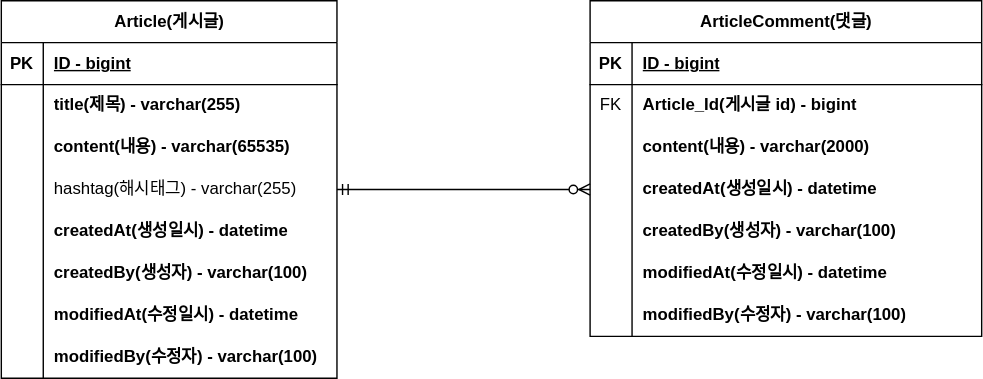
The draw.io diagram document/project-board-erd.svg in NeedIDcard/webpage_prac, before a commit. Source tidied: cells renumbered, new cells last; positions are measured from the earlier drawing's top-left corner, leaving out a move shared by most shapes. Source of this version:
```xml
<mxGraphModel>
  <root>
    <mxCell id="0" />
    <mxCell id="1" parent="0" />
    <mxCell id="2" value="Article(게시글)" style="shape=table;startSize=30;rowLines=0;fontStyle=1;align=center;html=1;labelBackgroundColor=none;" parent="1" vertex="1">
      <mxGeometry width="240" height="270" as="geometry" />
    </mxCell>
    <mxCell id="3" style="shape=tableRow;horizontal=0;startSize=0;swimlaneHead=0;swimlaneBody=0;fillColor=none;top=0;left=0;right=0;bottom=1;labelBackgroundColor=none;" parent="2" vertex="1">
      <mxGeometry y="30" width="240" height="30" as="geometry" />
    </mxCell>
    <mxCell id="4" value="PK" style="shape=partialRectangle;fillColor=none;top=0;left=0;bottom=0;right=0;fontStyle=1;overflow=hidden;whiteSpace=wrap;html=1;labelBackgroundColor=none;" parent="3" vertex="1">
      <mxGeometry width="30" height="30" as="geometry" />
    </mxCell>
    <mxCell id="5" value="ID - bigint" style="shape=partialRectangle;fillColor=none;top=0;left=0;bottom=0;right=0;align=left;spacingLeft=6;fontStyle=5;overflow=hidden;whiteSpace=wrap;html=1;labelBackgroundColor=none;" parent="3" vertex="1">
      <mxGeometry x="30" width="210" height="30" as="geometry" />
    </mxCell>
    <mxCell id="6" style="shape=tableRow;horizontal=0;startSize=0;swimlaneHead=0;swimlaneBody=0;fillColor=none;top=0;left=0;right=0;bottom=0;labelBackgroundColor=none;" parent="2" vertex="1">
      <mxGeometry y="60" width="240" height="30" as="geometry" />
    </mxCell>
    <mxCell id="7" style="shape=partialRectangle;fillColor=none;top=0;left=0;bottom=0;right=0;overflow=hidden;whiteSpace=wrap;html=1;labelBackgroundColor=none;" parent="6" vertex="1">
      <mxGeometry width="30" height="30" as="geometry" />
    </mxCell>
    <mxCell id="8" value="title(제목) - varchar(255)" style="shape=partialRectangle;fillColor=none;top=0;left=0;bottom=0;right=0;align=left;spacingLeft=6;overflow=hidden;whiteSpace=wrap;html=1;fontStyle=1;labelBackgroundColor=none;" parent="6" vertex="1">
      <mxGeometry x="30" width="210" height="30" as="geometry" />
    </mxCell>
    <mxCell id="9" style="shape=tableRow;horizontal=0;startSize=0;swimlaneHead=0;swimlaneBody=0;fillColor=none;top=0;left=0;right=0;bottom=0;labelBackgroundColor=none;" parent="2" vertex="1">
      <mxGeometry y="90" width="240" height="30" as="geometry" />
    </mxCell>
    <mxCell id="10" style="shape=partialRectangle;fillColor=none;top=0;left=0;bottom=0;right=0;overflow=hidden;whiteSpace=wrap;html=1;labelBackgroundColor=none;" parent="9" vertex="1">
      <mxGeometry width="30" height="30" as="geometry" />
    </mxCell>
    <mxCell id="11" value="content(내용) - varchar(65535)" style="shape=partialRectangle;fillColor=none;top=0;left=0;bottom=0;right=0;align=left;spacingLeft=6;overflow=hidden;whiteSpace=wrap;html=1;fontStyle=1;labelBackgroundColor=none;" parent="9" vertex="1">
      <mxGeometry x="30" width="210" height="30" as="geometry" />
    </mxCell>
    <mxCell id="12" style="shape=tableRow;horizontal=0;startSize=0;swimlaneHead=0;swimlaneBody=0;fillColor=none;points=[[0,0.5],[1,0.5]];portConstraint=eastwest;top=0;left=0;right=0;bottom=0;labelBackgroundColor=none;" parent="2" vertex="1">
      <mxGeometry y="120" width="240" height="30" as="geometry" />
    </mxCell>
    <mxCell id="13" style="shape=partialRectangle;fillColor=none;top=0;left=0;bottom=0;right=0;overflow=hidden;whiteSpace=wrap;html=1;labelBackgroundColor=none;" parent="12" vertex="1">
      <mxGeometry width="30" height="30" as="geometry" />
    </mxCell>
    <mxCell id="14" value="hashtag(해시태그) - varchar(255)" style="shape=partialRectangle;fillColor=none;top=0;left=0;bottom=0;right=0;align=left;spacingLeft=6;overflow=hidden;whiteSpace=wrap;html=1;labelBackgroundColor=none;" parent="12" vertex="1">
      <mxGeometry x="30" width="210" height="30" as="geometry" />
    </mxCell>
    <mxCell id="15" style="shape=tableRow;horizontal=0;startSize=0;swimlaneHead=0;swimlaneBody=0;fillColor=none;top=0;left=0;right=0;bottom=0;labelBackgroundColor=none;" parent="2" vertex="1">
      <mxGeometry y="150" width="240" height="30" as="geometry" />
    </mxCell>
    <mxCell id="16" style="shape=partialRectangle;fillColor=none;top=0;left=0;bottom=0;right=0;overflow=hidden;whiteSpace=wrap;html=1;labelBackgroundColor=none;" parent="15" vertex="1">
      <mxGeometry width="30" height="30" as="geometry" />
    </mxCell>
    <mxCell id="17" value="createdAt(생성일시) - datetime" style="shape=partialRectangle;fillColor=none;top=0;left=0;bottom=0;right=0;align=left;spacingLeft=6;overflow=hidden;whiteSpace=wrap;html=1;fontStyle=1;labelBackgroundColor=none;" parent="15" vertex="1">
      <mxGeometry x="30" width="210" height="30" as="geometry" />
    </mxCell>
    <mxCell id="18" style="shape=tableRow;horizontal=0;startSize=0;swimlaneHead=0;swimlaneBody=0;fillColor=none;top=0;left=0;right=0;bottom=0;labelBackgroundColor=none;" parent="2" vertex="1">
      <mxGeometry y="180" width="240" height="30" as="geometry" />
    </mxCell>
    <mxCell id="19" style="shape=partialRectangle;fillColor=none;top=0;left=0;bottom=0;right=0;overflow=hidden;whiteSpace=wrap;html=1;labelBackgroundColor=none;" parent="18" vertex="1">
      <mxGeometry width="30" height="30" as="geometry" />
    </mxCell>
    <mxCell id="20" value="createdBy(생성자) - varchar(100)" style="shape=partialRectangle;fillColor=none;top=0;left=0;bottom=0;right=0;align=left;spacingLeft=6;overflow=hidden;whiteSpace=wrap;html=1;fontStyle=1;labelBackgroundColor=none;" parent="18" vertex="1">
      <mxGeometry x="30" width="210" height="30" as="geometry" />
    </mxCell>
    <mxCell id="21" style="shape=tableRow;horizontal=0;startSize=0;swimlaneHead=0;swimlaneBody=0;fillColor=none;top=0;left=0;right=0;bottom=0;labelBackgroundColor=none;" parent="2" vertex="1">
      <mxGeometry y="210" width="240" height="30" as="geometry" />
    </mxCell>
    <mxCell id="22" style="shape=partialRectangle;fillColor=none;top=0;left=0;bottom=0;right=0;overflow=hidden;whiteSpace=wrap;html=1;labelBackgroundColor=none;" parent="21" vertex="1">
      <mxGeometry width="30" height="30" as="geometry" />
    </mxCell>
    <mxCell id="23" value="modifiedAt(수정일시) - datetime" style="shape=partialRectangle;fillColor=none;top=0;left=0;bottom=0;right=0;align=left;spacingLeft=6;overflow=hidden;whiteSpace=wrap;html=1;fontStyle=1;labelBackgroundColor=none;" parent="21" vertex="1">
      <mxGeometry x="30" width="210" height="30" as="geometry" />
    </mxCell>
    <mxCell id="24" style="shape=tableRow;horizontal=0;startSize=0;swimlaneHead=0;swimlaneBody=0;fillColor=none;top=0;left=0;right=0;bottom=0;labelBackgroundColor=none;" parent="2" vertex="1">
      <mxGeometry y="240" width="240" height="30" as="geometry" />
    </mxCell>
    <mxCell id="25" style="shape=partialRectangle;fillColor=none;top=0;left=0;bottom=0;right=0;overflow=hidden;whiteSpace=wrap;html=1;labelBackgroundColor=none;" parent="24" vertex="1">
      <mxGeometry width="30" height="30" as="geometry" />
    </mxCell>
    <mxCell id="26" value="modifiedBy(수정자) - varchar(100)" style="shape=partialRectangle;fillColor=none;top=0;left=0;bottom=0;right=0;align=left;spacingLeft=6;overflow=hidden;whiteSpace=wrap;html=1;fontStyle=1;labelBackgroundColor=none;" parent="24" vertex="1">
      <mxGeometry x="30" width="210" height="30" as="geometry" />
    </mxCell>
    <mxCell id="27" value="ArticleComment(댓글)" style="shape=table;startSize=30;rowLines=0;fontStyle=1;align=center;html=1;labelBackgroundColor=none;" parent="1" vertex="1">
      <mxGeometry x="421" width="280" height="240" as="geometry" />
    </mxCell>
    <mxCell id="28" style="shape=tableRow;horizontal=0;startSize=0;swimlaneHead=0;swimlaneBody=0;fillColor=none;top=0;left=0;right=0;bottom=1;labelBackgroundColor=none;" parent="27" vertex="1">
      <mxGeometry y="30" width="280" height="30" as="geometry" />
    </mxCell>
    <mxCell id="29" value="PK" style="shape=partialRectangle;fillColor=none;top=0;left=0;bottom=0;right=0;fontStyle=1;overflow=hidden;whiteSpace=wrap;html=1;labelBackgroundColor=none;" parent="28" vertex="1">
      <mxGeometry width="30" height="30" as="geometry" />
    </mxCell>
    <mxCell id="30" value="ID - bigint" style="shape=partialRectangle;fillColor=none;top=0;left=0;bottom=0;right=0;align=left;spacingLeft=6;fontStyle=5;overflow=hidden;whiteSpace=wrap;html=1;labelBackgroundColor=none;" parent="28" vertex="1">
      <mxGeometry x="30" width="250" height="30" as="geometry" />
    </mxCell>
    <mxCell id="31" style="shape=tableRow;horizontal=0;startSize=0;swimlaneHead=0;swimlaneBody=0;fillColor=none;top=0;left=0;right=0;bottom=0;labelBackgroundColor=none;" parent="27" vertex="1">
      <mxGeometry y="60" width="280" height="30" as="geometry" />
    </mxCell>
    <mxCell id="32" value="FK" style="shape=partialRectangle;fillColor=none;top=0;left=0;bottom=0;right=0;overflow=hidden;whiteSpace=wrap;html=1;labelBackgroundColor=none;" parent="31" vertex="1">
      <mxGeometry width="30" height="30" as="geometry" />
    </mxCell>
    <mxCell id="33" value="Article_Id(게시글 id) - bigint" style="shape=partialRectangle;fillColor=none;top=0;left=0;bottom=0;right=0;align=left;spacingLeft=6;overflow=hidden;whiteSpace=wrap;html=1;fontStyle=1;labelBackgroundColor=none;" parent="31" vertex="1">
      <mxGeometry x="30" width="250" height="30" as="geometry" />
    </mxCell>
    <mxCell id="34" style="shape=tableRow;horizontal=0;startSize=0;swimlaneHead=0;swimlaneBody=0;fillColor=none;top=0;left=0;right=0;bottom=0;labelBackgroundColor=none;" parent="27" vertex="1">
      <mxGeometry y="90" width="280" height="30" as="geometry" />
    </mxCell>
    <mxCell id="35" style="shape=partialRectangle;fillColor=none;top=0;left=0;bottom=0;right=0;overflow=hidden;whiteSpace=wrap;html=1;labelBackgroundColor=none;" parent="34" vertex="1">
      <mxGeometry width="30" height="30" as="geometry" />
    </mxCell>
    <mxCell id="36" value="content(내용) - varchar(2000)" style="shape=partialRectangle;fillColor=none;top=0;left=0;bottom=0;right=0;align=left;spacingLeft=6;overflow=hidden;whiteSpace=wrap;html=1;fontStyle=1;labelBackgroundColor=none;" parent="34" vertex="1">
      <mxGeometry x="30" width="250" height="30" as="geometry" />
    </mxCell>
    <mxCell id="37" style="shape=tableRow;horizontal=0;startSize=0;swimlaneHead=0;swimlaneBody=0;fillColor=none;points=[[0,0.5],[1,0.5]];portConstraint=eastwest;top=0;left=0;right=0;bottom=0;labelBackgroundColor=none;" parent="27" vertex="1">
      <mxGeometry y="120" width="280" height="30" as="geometry" />
    </mxCell>
    <mxCell id="38" style="shape=partialRectangle;fillColor=none;top=0;left=0;bottom=0;right=0;overflow=hidden;whiteSpace=wrap;html=1;labelBackgroundColor=none;" parent="37" vertex="1">
      <mxGeometry width="30" height="30" as="geometry" />
    </mxCell>
    <mxCell id="39" value="createdAt(생성일시) - datetime" style="shape=partialRectangle;fillColor=none;top=0;left=0;bottom=0;right=0;align=left;spacingLeft=6;overflow=hidden;whiteSpace=wrap;html=1;fontStyle=1;labelBackgroundColor=none;" parent="37" vertex="1">
      <mxGeometry x="30" width="250" height="30" as="geometry" />
    </mxCell>
    <mxCell id="40" style="shape=tableRow;horizontal=0;startSize=0;swimlaneHead=0;swimlaneBody=0;fillColor=none;top=0;left=0;right=0;bottom=0;labelBackgroundColor=none;" parent="27" vertex="1">
      <mxGeometry y="150" width="280" height="30" as="geometry" />
    </mxCell>
    <mxCell id="41" style="shape=partialRectangle;fillColor=none;top=0;left=0;bottom=0;right=0;overflow=hidden;whiteSpace=wrap;html=1;labelBackgroundColor=none;" parent="40" vertex="1">
      <mxGeometry width="30" height="30" as="geometry" />
    </mxCell>
    <mxCell id="42" value="createdBy(생성자) - varchar(100)" style="shape=partialRectangle;fillColor=none;top=0;left=0;bottom=0;right=0;align=left;spacingLeft=6;overflow=hidden;whiteSpace=wrap;html=1;fontStyle=1;labelBackgroundColor=none;" parent="40" vertex="1">
      <mxGeometry x="30" width="250" height="30" as="geometry" />
    </mxCell>
    <mxCell id="43" style="shape=tableRow;horizontal=0;startSize=0;swimlaneHead=0;swimlaneBody=0;fillColor=none;top=0;left=0;right=0;bottom=0;labelBackgroundColor=none;" parent="27" vertex="1">
      <mxGeometry y="180" width="280" height="30" as="geometry" />
    </mxCell>
    <mxCell id="44" style="shape=partialRectangle;fillColor=none;top=0;left=0;bottom=0;right=0;overflow=hidden;whiteSpace=wrap;html=1;labelBackgroundColor=none;" parent="43" vertex="1">
      <mxGeometry width="30" height="30" as="geometry" />
    </mxCell>
    <mxCell id="45" value="modifiedAt(수정일시) - datetime" style="shape=partialRectangle;fillColor=none;top=0;left=0;bottom=0;right=0;align=left;spacingLeft=6;overflow=hidden;whiteSpace=wrap;html=1;fontStyle=1;labelBackgroundColor=none;" parent="43" vertex="1">
      <mxGeometry x="30" width="250" height="30" as="geometry" />
    </mxCell>
    <mxCell id="46" style="shape=tableRow;horizontal=0;startSize=0;swimlaneHead=0;swimlaneBody=0;fillColor=none;top=0;left=0;right=0;bottom=0;labelBackgroundColor=none;" parent="27" vertex="1">
      <mxGeometry y="210" width="280" height="30" as="geometry" />
    </mxCell>
    <mxCell id="47" style="shape=partialRectangle;fillColor=none;top=0;left=0;bottom=0;right=0;overflow=hidden;whiteSpace=wrap;html=1;labelBackgroundColor=none;" parent="46" vertex="1">
      <mxGeometry width="30" height="30" as="geometry" />
    </mxCell>
    <mxCell id="48" value="modifiedBy(수정자) - varchar(100)" style="shape=partialRectangle;fillColor=none;top=0;left=0;bottom=0;right=0;align=left;spacingLeft=6;overflow=hidden;whiteSpace=wrap;html=1;fontStyle=1;labelBackgroundColor=none;" parent="46" vertex="1">
      <mxGeometry x="30" width="250" height="30" as="geometry" />
    </mxCell>
    <mxCell id="49" style="edgeStyle=entityRelationEdgeStyle;fontSize=12;html=1;endArrow=ERzeroToMany;startArrow=ERmandOne;rounded=0;exitX=1;exitY=0.5;exitDx=0;exitDy=0;entryX=0;entryY=0.5;entryDx=0;entryDy=0;labelBackgroundColor=none;fontColor=default;" parent="1" edge="1" source="12" target="37">
      <mxGeometry relative="1" as="geometry" />
    </mxCell>
  </root>
</mxGraphModel>
```
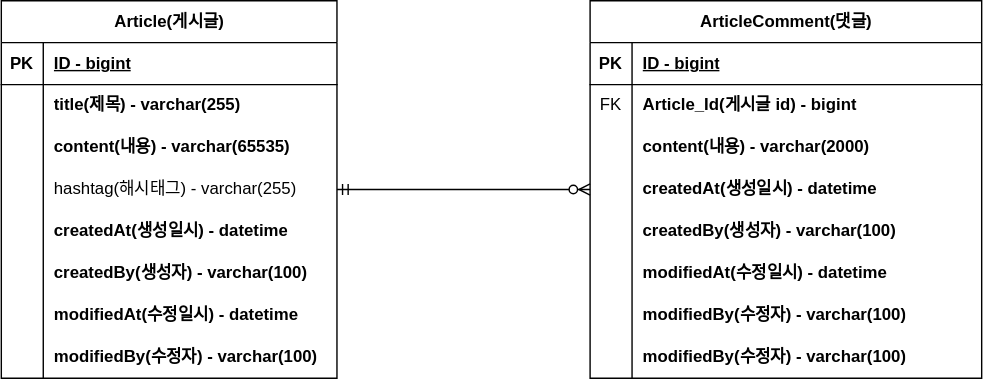
The same file after the commit.

The edit, as a diff of the source:
```diff
@@ -78,7 +78,7 @@
       <mxGeometry x="30" width="210" height="30" as="geometry" />
     </mxCell>
     <mxCell id="27" value="ArticleComment(댓글)" style="shape=table;startSize=30;rowLines=0;fontStyle=1;align=center;html=1;labelBackgroundColor=none;" parent="1" vertex="1">
-      <mxGeometry x="421" width="280" height="240" as="geometry" />
+      <mxGeometry x="421" width="280" height="270" as="geometry" />
     </mxCell>
     <mxCell id="28" style="shape=tableRow;horizontal=0;startSize=0;swimlaneHead=0;swimlaneBody=0;fillColor=none;top=0;left=0;right=0;bottom=1;labelBackgroundColor=none;" parent="27" vertex="1">
       <mxGeometry y="30" width="280" height="30" as="geometry" />
@@ -143,6 +143,15 @@
     <mxCell id="48" value="modifiedBy(수정자) - varchar(100)" style="shape=partialRectangle;fillColor=none;top=0;left=0;bottom=0;right=0;align=left;spacingLeft=6;overflow=hidden;whiteSpace=wrap;html=1;fontStyle=1;labelBackgroundColor=none;" parent="46" vertex="1">
       <mxGeometry x="30" width="250" height="30" as="geometry" />
     </mxCell>
+    <mxCell id="50" style="shape=tableRow;horizontal=0;startSize=0;swimlaneHead=0;swimlaneBody=0;fillColor=none;top=0;left=0;right=0;bottom=0;labelBackgroundColor=none;" parent="27" vertex="1">
+      <mxGeometry y="240" width="280" height="30" as="geometry" />
+    </mxCell>
+    <mxCell id="51" style="shape=partialRectangle;fillColor=none;top=0;left=0;bottom=0;right=0;overflow=hidden;whiteSpace=wrap;html=1;labelBackgroundColor=none;" parent="50" vertex="1">
+      <mxGeometry width="30" height="30" as="geometry" />
+    </mxCell>
+    <mxCell id="52" value="modifiedBy(수정자) - varchar(100)" style="shape=partialRectangle;fillColor=none;top=0;left=0;bottom=0;right=0;align=left;spacingLeft=6;overflow=hidden;whiteSpace=wrap;html=1;fontStyle=1;labelBackgroundColor=none;" parent="50" vertex="1">
+      <mxGeometry x="30" width="250" height="30" as="geometry" />
+    </mxCell>
     <mxCell id="49" style="edgeStyle=entityRelationEdgeStyle;fontSize=12;html=1;endArrow=ERzeroToMany;startArrow=ERmandOne;rounded=0;exitX=1;exitY=0.5;exitDx=0;exitDy=0;entryX=0;entryY=0.5;entryDx=0;entryDy=0;labelBackgroundColor=none;fontColor=default;" parent="1" edge="1" source="12" target="37">
       <mxGeometry relative="1" as="geometry" />
     </mxCell>
```
